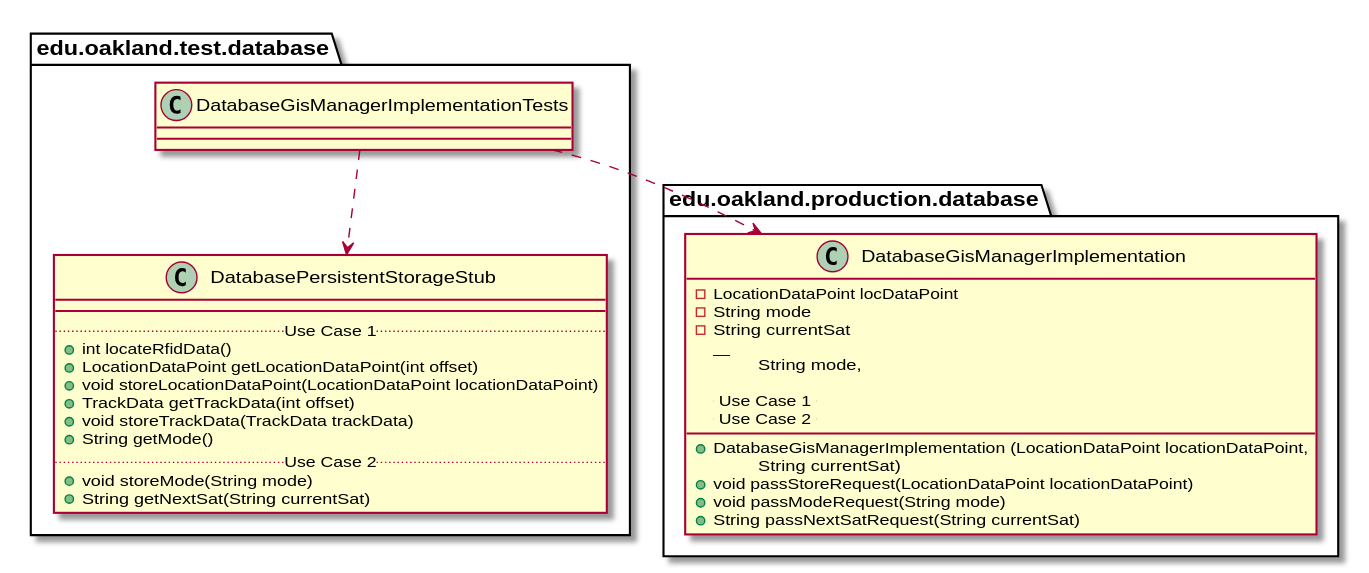
The PlantUML diagram docs/uml-class-diagrams/database/test/DatabaseGisManagerImplementationTests/DatabaseGisManagerImplementationTests_DirectDependencies.svg in elilley15/csi-3370-software-project, before a commit.
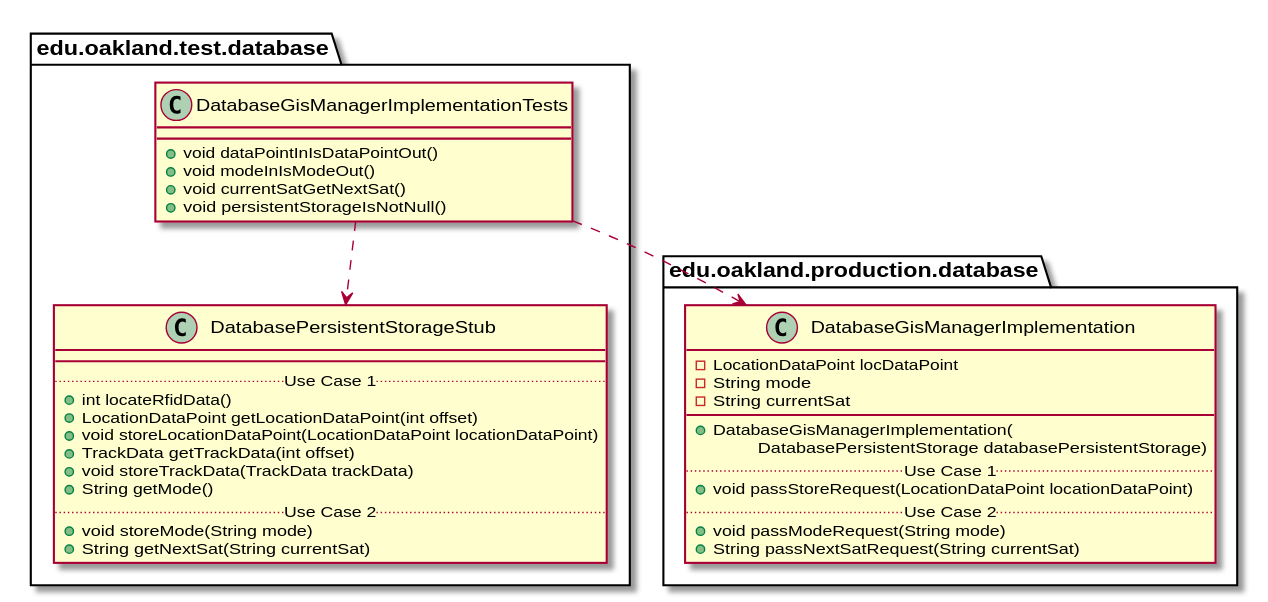
The same file after the commit.

What changed in the source:
```diff
@@ -3,7 +3,10 @@
 
 package edu.oakland.test.database {
     class DatabaseGisManagerImplementationTests {
-
+        + void dataPointInIsDataPointOut()
+        + void modeInIsModeOut()
+        + void currentSatGetNextSat()
+        + void persistentStorageIsNotNull()
     }
 }
 
@@ -30,14 +33,12 @@
 
 package edu.oakland.production.database {
     class DatabaseGisManagerImplementation {
-    	- LocationDataPoint locDataPoint
-    	- String mode
-    	- String currentSat
-          __
-        + DatabaseGisManagerImplementation (LocationDataPoint locationDataPoint,
-        \tString mode,
-        \tString currentSat)
-
+        - LocationDataPoint locDataPoint
+        - String mode
+        - String currentSat
+        __
+        + DatabaseGisManagerImplementation(
+        \tDatabasePersistentStorage databasePersistentStorage)
         .. Use Case 1 ..
         + void passStoreRequest(LocationDataPoint locationDataPoint)
         .. Use Case 2 ..
```
